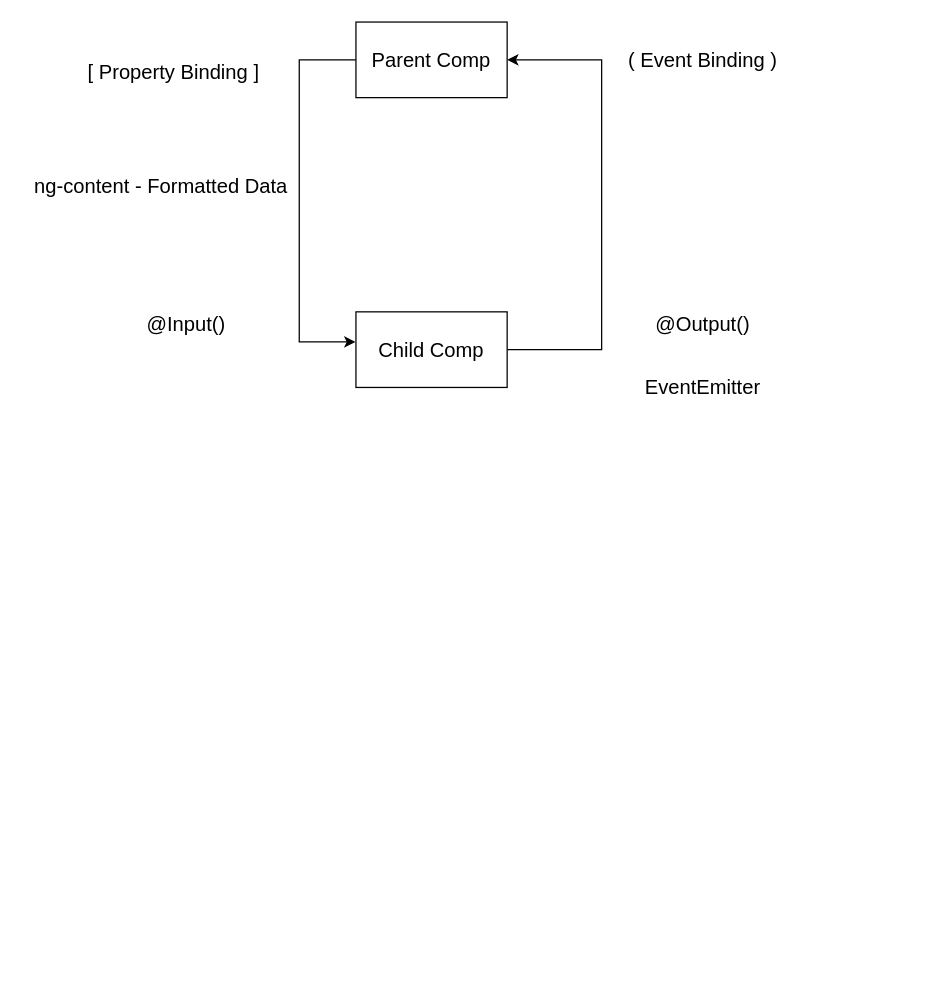
This is page "Page-7" (7 of 10) of refs/diagrams.drawio from synergy2411/citius-jan22, a draw.io file, before an edit. Source tidied: cells renumbered, new cells numbered last; positions are measured from the earlier drawing's top-left corner, leaving out a move shared by most shapes. Both pictures are drawn from the tidied source at 126%, with x=0, y=0 at pixel (21, 21).
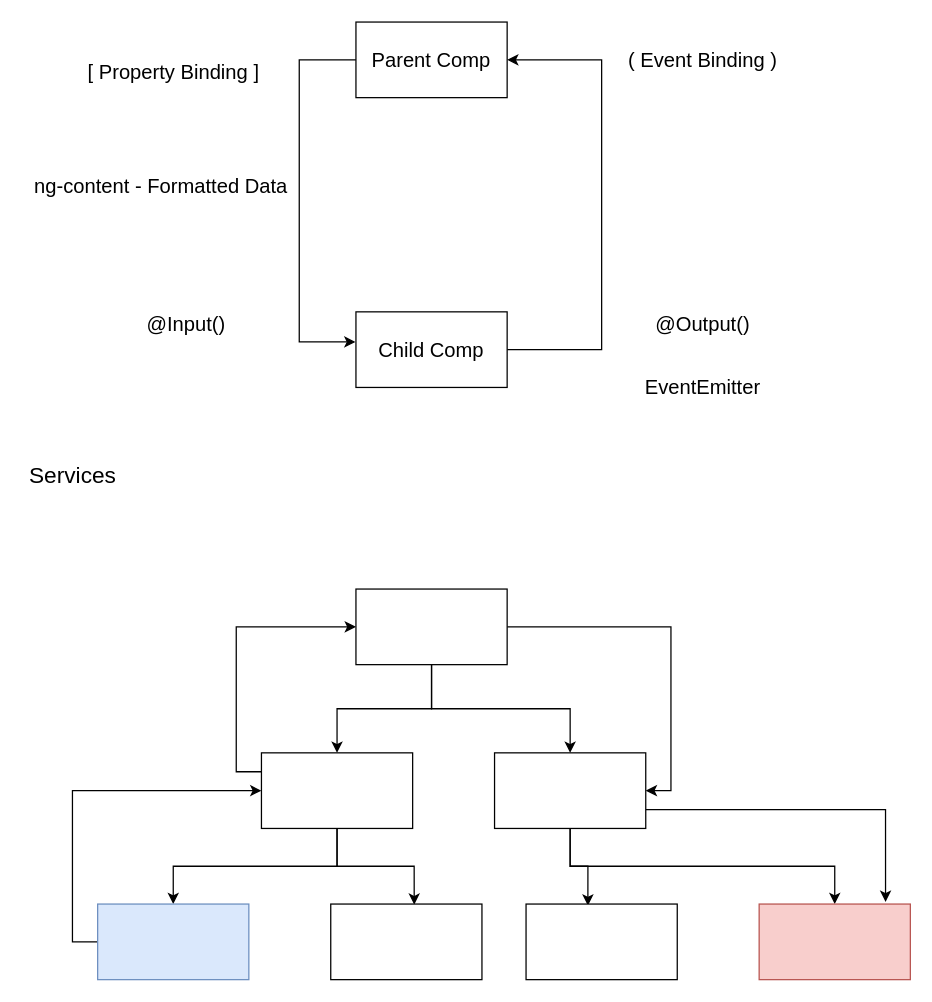
After the change.

The edit, as a diff of the source:
```diff
@@
+    <mxCell id="12" style="edgeStyle=orthogonalEdgeStyle;rounded=0;jettySize=auto;html=1;exitX=0.5;exitY=1;exitDx=0;exitDy=0;fontSize=13;" parent="1" edge="1" source="15" target="19">
+      <mxGeometry relative="1" as="geometry" />
+    </mxCell>
+    <mxCell id="13" style="edgeStyle=orthogonalEdgeStyle;rounded=0;jettySize=auto;html=1;exitX=0.5;exitY=1;exitDx=0;exitDy=0;entryX=0.5;entryY=0;entryDx=0;entryDy=0;fontSize=13;" parent="1" edge="1" source="15" target="23">
+      <mxGeometry relative="1" as="geometry" />
+    </mxCell>
+    <mxCell id="14" style="edgeStyle=orthogonalEdgeStyle;rounded=0;jettySize=auto;html=1;exitX=1;exitY=0.5;exitDx=0;exitDy=0;entryX=1;entryY=0.5;entryDx=0;entryDy=0;fontSize=13;" parent="1" edge="1" source="15" target="23">
+      <mxGeometry relative="1" as="geometry" />
+    </mxCell>
+    <mxCell id="15" style="rounded=0;whiteSpace=wrap;html=1;fontSize=13;" parent="1" vertex="1">
+      <mxGeometry x="265" y="450" width="120" height="60" as="geometry" />
+    </mxCell>
+    <mxCell id="16" style="edgeStyle=orthogonalEdgeStyle;rounded=0;jettySize=auto;html=1;exitX=0.5;exitY=1;exitDx=0;exitDy=0;entryX=0.5;entryY=0;entryDx=0;entryDy=0;fontSize=13;" parent="1" edge="1" source="19" target="25">
+      <mxGeometry relative="1" as="geometry" />
+    </mxCell>
+    <mxCell id="17" style="edgeStyle=orthogonalEdgeStyle;rounded=0;jettySize=auto;html=1;exitX=0.5;exitY=1;exitDx=0;exitDy=0;entryX=0.552;entryY=0.009;entryDx=0;entryDy=0;entryPerimeter=0;fontSize=13;" parent="1" edge="1" source="19" target="26">
+      <mxGeometry relative="1" as="geometry" />
+    </mxCell>
+    <mxCell id="18" style="edgeStyle=orthogonalEdgeStyle;rounded=0;jettySize=auto;html=1;exitX=0;exitY=0.25;exitDx=0;exitDy=0;entryX=0;entryY=0.5;entryDx=0;entryDy=0;fontSize=13;" parent="1" edge="1" source="19" target="15">
+      <mxGeometry relative="1" as="geometry" />
+    </mxCell>
+    <mxCell id="19" style="rounded=0;whiteSpace=wrap;html=1;fontSize=13;" parent="1" vertex="1">
+      <mxGeometry x="190" y="580" width="120" height="60" as="geometry" />
+    </mxCell>
+    <mxCell id="20" style="edgeStyle=orthogonalEdgeStyle;rounded=0;jettySize=auto;html=1;exitX=0.5;exitY=1;exitDx=0;exitDy=0;entryX=0.409;entryY=0.021;entryDx=0;entryDy=0;entryPerimeter=0;fontSize=13;" parent="1" edge="1" source="23" target="27">
+      <mxGeometry relative="1" as="geometry" />
+    </mxCell>
+    <mxCell id="21" style="edgeStyle=orthogonalEdgeStyle;rounded=0;jettySize=auto;html=1;exitX=0.5;exitY=1;exitDx=0;exitDy=0;entryX=0.5;entryY=0;entryDx=0;entryDy=0;fontSize=13;" parent="1" edge="1" source="23" target="28">
+      <mxGeometry relative="1" as="geometry" />
+    </mxCell>
+    <mxCell id="22" style="edgeStyle=orthogonalEdgeStyle;rounded=0;jettySize=auto;html=1;exitX=1;exitY=0.75;exitDx=0;exitDy=0;entryX=0.836;entryY=-0.028;entryDx=0;entryDy=0;entryPerimeter=0;fontSize=13;" parent="1" edge="1" source="23" target="28">
+      <mxGeometry relative="1" as="geometry" />
+    </mxCell>
+    <mxCell id="23" style="rounded=0;whiteSpace=wrap;html=1;fontSize=13;" parent="1" vertex="1">
+      <mxGeometry x="375" y="580" width="120" height="60" as="geometry" />
+    </mxCell>
+    <mxCell id="24" style="edgeStyle=orthogonalEdgeStyle;rounded=0;jettySize=auto;html=1;exitX=0;exitY=0.5;exitDx=0;exitDy=0;entryX=0;entryY=0.5;entryDx=0;entryDy=0;fontSize=13;" parent="1" edge="1" source="25" target="19">
+      <mxGeometry relative="1" as="geometry" />
+    </mxCell>
+    <mxCell id="25" style="rounded=0;whiteSpace=wrap;html=1;fontSize=13;fillColor=#dae8fc;strokeColor=#6c8ebf;" parent="1" vertex="1">
+      <mxGeometry x="60" y="700" width="120" height="60" as="geometry" />
+    </mxCell>
+    <mxCell id="26" style="rounded=0;whiteSpace=wrap;html=1;fontSize=13;" parent="1" vertex="1">
+      <mxGeometry x="245" y="700" width="120" height="60" as="geometry" />
+    </mxCell>
+    <mxCell id="27" style="rounded=0;whiteSpace=wrap;html=1;fontSize=13;" parent="1" vertex="1">
+      <mxGeometry x="400" y="700" width="120" height="60" as="geometry" />
+    </mxCell>
+    <mxCell id="28" style="rounded=0;whiteSpace=wrap;html=1;fontSize=13;fillColor=#f8cecc;strokeColor=#b85450;" parent="1" vertex="1">
+      <mxGeometry x="585" y="700" width="120" height="60" as="geometry" />
+    </mxCell>
+    <mxCell id="29" value="&lt;font style=&quot;font-size: 18px&quot;&gt;Services&lt;/font&gt;" style="text;html=1;align=center;verticalAlign=middle;strokeColor=none;fillColor=none;fontSize=13;" parent="1" vertex="1">
+      <mxGeometry y="350" width="80" height="20" as="geometry" />
+    </mxCell>
```
